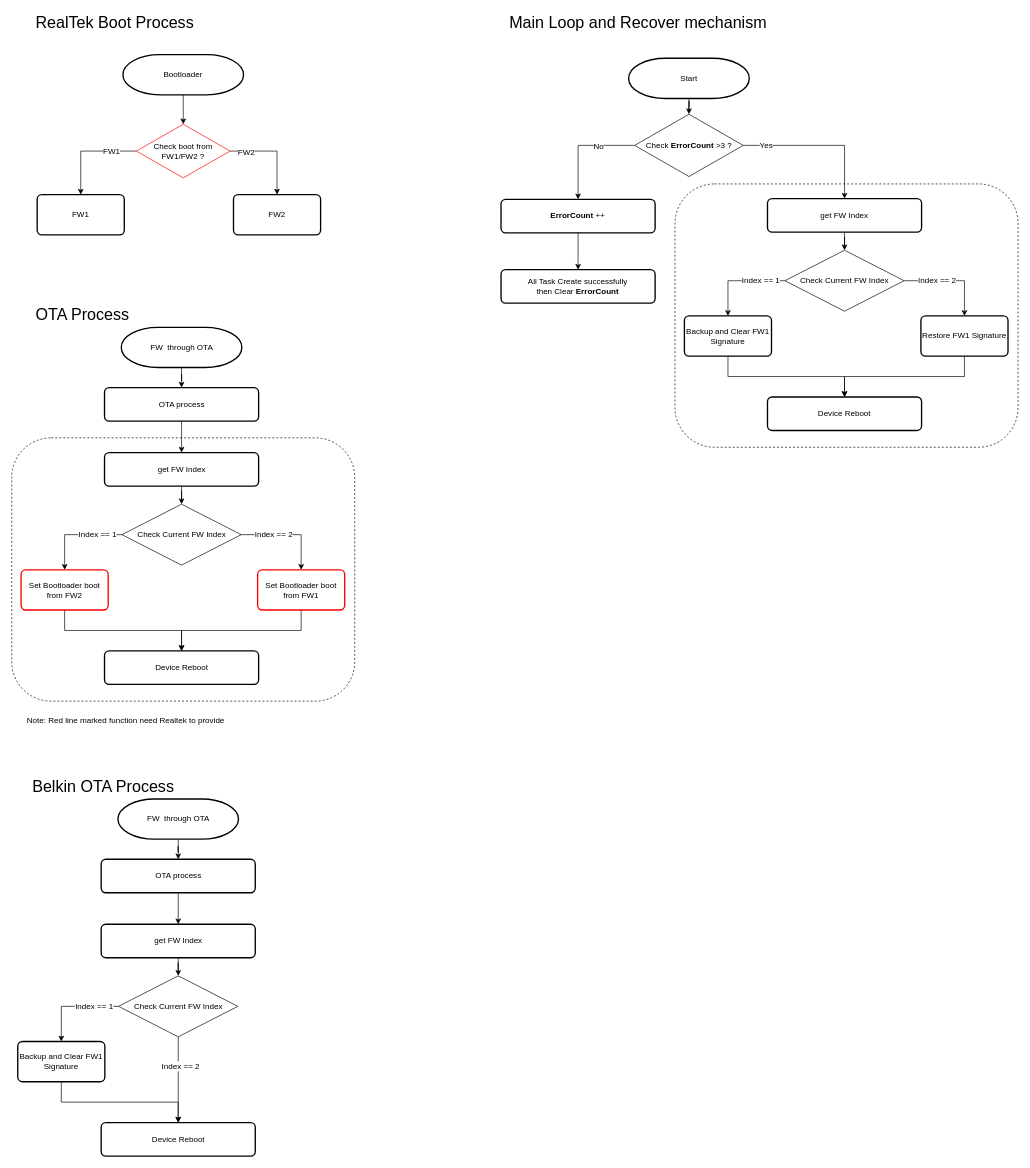
Earlier version of the draw.io diagram AutoRecovery.drawio (starbuckslatte/starbuckslatte.github.io). Source tidied: cells renumbered, new cells numbered last; positions are measured from the earlier drawing's top-left corner, leaving out a move shared by most shapes. Both pictures are drawn from the tidied source at 67%, with x=0, y=0 at pixel (11, 11).
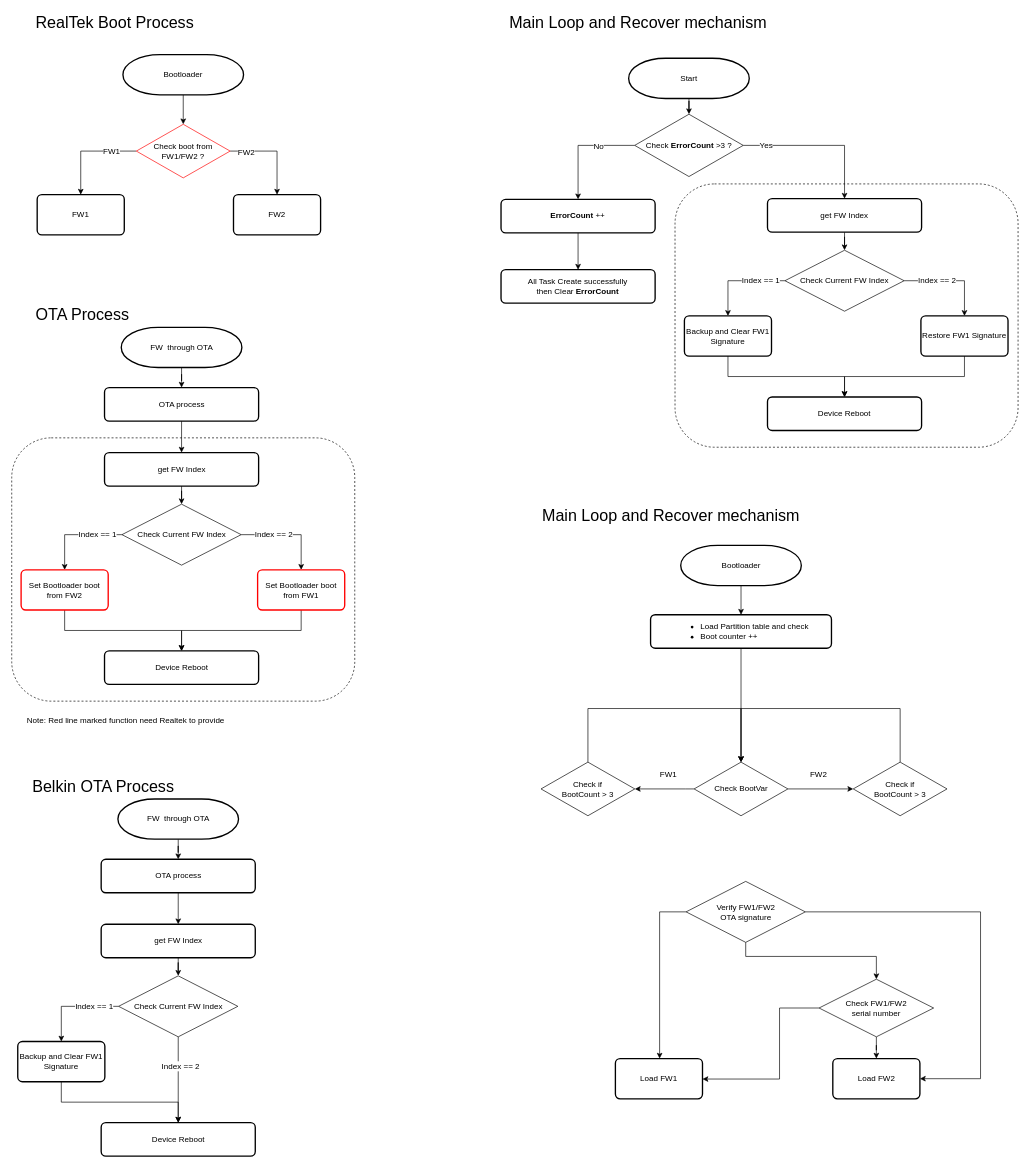
The same diagram, later.

Change to the diagram source:
```diff
@@
+    <mxCell id="71" style="edgeStyle=orthogonalEdgeStyle;rounded=0;jettySize=auto;html=1;" parent="1" edge="1" source="73" target="77">
+      <mxGeometry relative="1" as="geometry">
+        <Array as="points">
+          <mxPoint x="1006" y="1160" />
+          <mxPoint x="1006" y="1160" />
+        </Array>
+      </mxGeometry>
+    </mxCell>
+    <mxCell id="72" style="edgeStyle=orthogonalEdgeStyle;rounded=0;jettySize=auto;html=1;" parent="1" edge="1" source="73" target="82">
+      <mxGeometry relative="1" as="geometry" />
+    </mxCell>
+    <mxCell id="73" value="Check BootVar" style="rhombus;whiteSpace=wrap;html=1;strokeColor=#000000;" parent="1" vertex="1">
+      <mxGeometry x="1018.5" y="1120" width="140" height="80" as="geometry" />
+    </mxCell>
+    <mxCell id="74" style="edgeStyle=orthogonalEdgeStyle;rounded=0;jettySize=auto;html=1;" parent="1" edge="1" source="75" target="80">
+      <mxGeometry relative="1" as="geometry" />
+    </mxCell>
+    <mxCell id="75" value="Bootloader" style="strokeWidth=2;html=1;shape=mxgraph.flowchart.terminator;whiteSpace=wrap;" parent="1" vertex="1">
+      <mxGeometry x="998.5" y="796.5" width="180" height="60" as="geometry" />
+    </mxCell>
+    <mxCell id="76" style="edgeStyle=orthogonalEdgeStyle;rounded=0;jettySize=auto;html=1;entryX=0.5;entryY=0;entryDx=0;entryDy=0;" parent="1" edge="1" source="77" target="73">
+      <mxGeometry relative="1" as="geometry">
+        <Array as="points">
+          <mxPoint x="860" y="1040" />
+          <mxPoint x="1089" y="1040" />
+        </Array>
+      </mxGeometry>
+    </mxCell>
+    <mxCell id="77" value="&lt;div&gt;Check if &lt;br&gt;&lt;/div&gt;&lt;div&gt;BootCount &amp;gt; 3&lt;br&gt;&lt;/div&gt;" style="rhombus;whiteSpace=wrap;html=1;strokeColor=#000000;" parent="1" vertex="1">
+      <mxGeometry x="790" y="1120" width="140" height="80" as="geometry" />
+    </mxCell>
+    <mxCell id="78" value="&lt;font style=&quot;font-size: 24px&quot;&gt;Main Loop and Recover mechanism&lt;br&gt;&lt;/font&gt;" style="text;html=1;align=left;verticalAlign=top;spacingTop=-4;" parent="1" vertex="1">
+      <mxGeometry x="790" y="735" width="400" height="20" as="geometry" />
+    </mxCell>
+    <mxCell id="79" style="edgeStyle=orthogonalEdgeStyle;rounded=0;jettySize=auto;html=1;" parent="1" edge="1" source="80" target="73">
+      <mxGeometry relative="1" as="geometry" />
+    </mxCell>
+    <mxCell id="80" value="&lt;ul&gt;&lt;li&gt;Load Partition table and check&lt;/li&gt;&lt;li&gt;&lt;div align=&quot;left&quot;&gt;Boot counter ++&lt;/div&gt;&lt;/li&gt;&lt;/ul&gt;" style="rounded=1;whiteSpace=wrap;html=1;absoluteArcSize=1;arcSize=14;strokeWidth=2;" parent="1" vertex="1">
+      <mxGeometry x="953.5" y="900" width="270" height="50" as="geometry" />
+    </mxCell>
+    <mxCell id="81" style="edgeStyle=orthogonalEdgeStyle;rounded=0;jettySize=auto;html=1;entryX=0.5;entryY=0;entryDx=0;entryDy=0;" parent="1" edge="1" source="82" target="73">
+      <mxGeometry relative="1" as="geometry">
+        <Array as="points">
+          <mxPoint x="1326" y="1040" />
+          <mxPoint x="1089" y="1040" />
+        </Array>
+      </mxGeometry>
+    </mxCell>
+    <mxCell id="82" value="&lt;div&gt;Check if &lt;br&gt;&lt;/div&gt;&lt;div&gt;BootCount &amp;gt; 3&lt;br&gt;&lt;/div&gt;" style="rhombus;whiteSpace=wrap;html=1;strokeColor=#000000;" parent="1" vertex="1">
+      <mxGeometry x="1256" y="1120" width="140" height="80" as="geometry" />
+    </mxCell>
+    <mxCell id="83" value="FW1" style="text;html=1;align=center;verticalAlign=middle;labelBackgroundColor=#ffffff;" parent="1" vertex="1">
+      <mxGeometry x="966" y="1140" as="geometry">
+        <mxPoint x="13" y="-1.5" as="offset" />
+      </mxGeometry>
+    </mxCell>
+    <mxCell id="84" value="FW2" style="text;html=1;align=center;verticalAlign=middle;labelBackgroundColor=#ffffff;" parent="1" vertex="1">
+      <mxGeometry x="1190" y="1140" as="geometry">
+        <mxPoint x="13" y="-1.5" as="offset" />
+      </mxGeometry>
+    </mxCell>
+    <mxCell id="85" value="Load FW1" style="rounded=1;whiteSpace=wrap;html=1;absoluteArcSize=1;arcSize=14;strokeWidth=2;strokeColor=#000000;" parent="1" vertex="1">
+      <mxGeometry x="901" y="1562.5" width="130" height="60" as="geometry" />
+    </mxCell>
+    <mxCell id="86" style="edgeStyle=orthogonalEdgeStyle;rounded=0;jettySize=auto;html=1;" parent="1" edge="1" source="89" target="85">
+      <mxGeometry relative="1" as="geometry">
+        <Array as="points">
+          <mxPoint x="967" y="1344" />
+        </Array>
+      </mxGeometry>
+    </mxCell>
+    <mxCell id="87" style="edgeStyle=orthogonalEdgeStyle;rounded=0;jettySize=auto;html=1;entryX=1;entryY=0.5;entryDx=0;entryDy=0;" parent="1" edge="1" source="89" target="93">
+      <mxGeometry relative="1" as="geometry">
+        <Array as="points">
+          <mxPoint x="1446" y="1344" />
+          <mxPoint x="1446" y="1593" />
+        </Array>
+      </mxGeometry>
+    </mxCell>
+    <mxCell id="88" style="edgeStyle=orthogonalEdgeStyle;rounded=0;jettySize=auto;html=1;entryX=0.5;entryY=0;entryDx=0;entryDy=0;" parent="1" edge="1" source="89" target="92">
+      <mxGeometry relative="1" as="geometry">
+        <Array as="points">
+          <mxPoint x="1096" y="1410" />
+          <mxPoint x="1291" y="1410" />
+        </Array>
+      </mxGeometry>
+    </mxCell>
+    <mxCell id="89" value="&lt;div&gt;Verify FW1/FW2&lt;/div&gt;&lt;div&gt;OTA signature&lt;br&gt;&lt;/div&gt;" style="rhombus;whiteSpace=wrap;html=1;" parent="1" vertex="1">
+      <mxGeometry x="1006.5" y="1298" width="178" height="91" as="geometry" />
+    </mxCell>
+    <mxCell id="90" style="edgeStyle=orthogonalEdgeStyle;rounded=0;jettySize=auto;html=1;" parent="1" edge="1" source="92" target="93">
+      <mxGeometry relative="1" as="geometry" />
+    </mxCell>
+    <mxCell id="91" style="edgeStyle=orthogonalEdgeStyle;rounded=0;jettySize=auto;html=1;" parent="1" edge="1" source="92" target="85">
+      <mxGeometry relative="1" as="geometry">
+        <Array as="points">
+          <mxPoint x="1146" y="1487" />
+          <mxPoint x="1146" y="1593" />
+        </Array>
+      </mxGeometry>
+    </mxCell>
+    <mxCell id="92" value="&lt;div&gt;Check FW1/FW2&lt;/div&gt;&lt;div&gt;serial number&lt;br&gt;&lt;/div&gt;" style="rhombus;whiteSpace=wrap;html=1;strokeColor=#000000;" parent="1" vertex="1">
+      <mxGeometry x="1205" y="1444" width="171" height="86" as="geometry" />
+    </mxCell>
+    <mxCell id="93" value="Load FW2" style="rounded=1;whiteSpace=wrap;html=1;absoluteArcSize=1;arcSize=14;strokeWidth=2;strokeColor=#000000;" parent="1" vertex="1">
+      <mxGeometry x="1225.5" y="1562.5" width="130" height="60" as="geometry" />
+    </mxCell>
```
